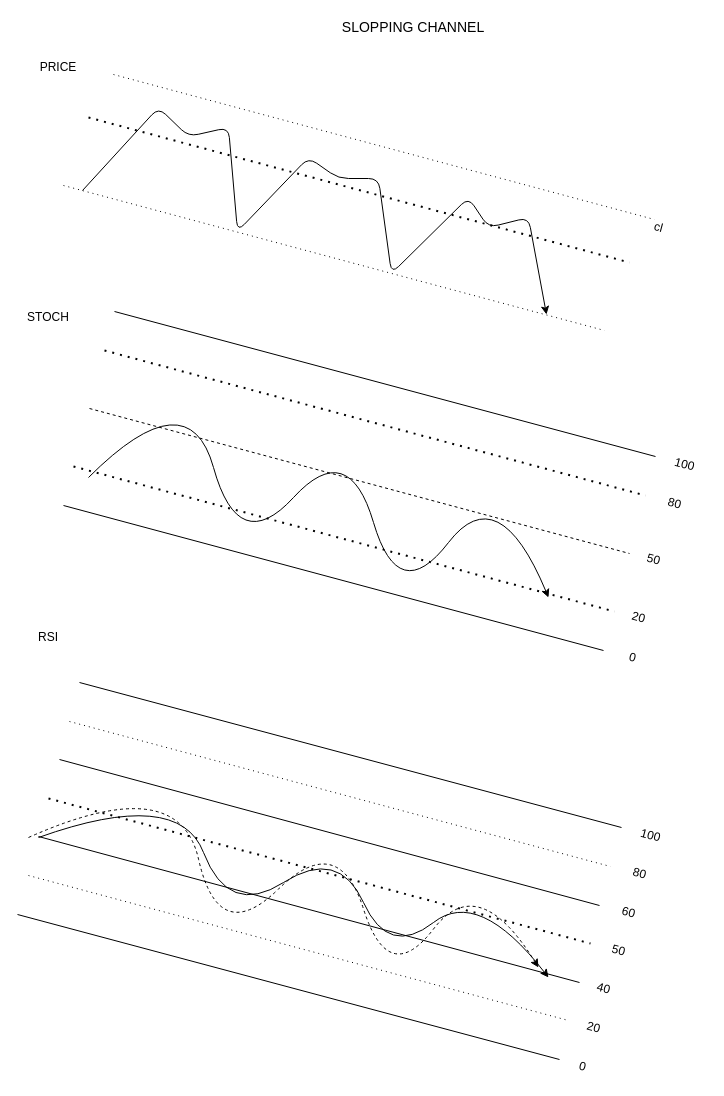
The draw.io diagram draws/13 -- slopping channel.drawio in uzziahmogg/LithiumIndicator, before the edit. Source tidied: cells renumbered, new cells numbered last; positions are measured from the earlier drawing's top-left corner, leaving out a move shared by most shapes. Both pictures are drawn from the tidied source at 100%, with x=0, y=0 at pixel (17, 17).
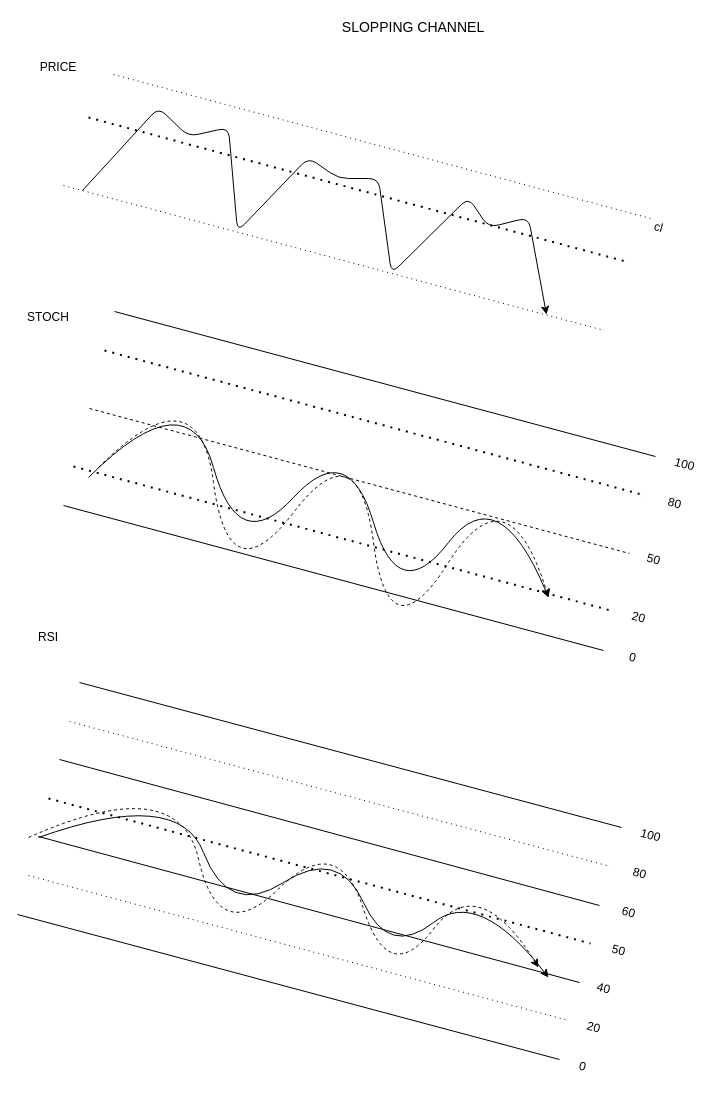
Above is the later version.

Unchanged cells that the change refers to:
```xml
<mxCell id="6" style="group;rotation=15;" parent="1" vertex="1">
  <mxGeometry x="61" y="360" width="610" height="220" as="geometry" />
</mxCell>
```

Diff of the diagram source:
```diff
@@
+    <mxCell id="39" style="curved=1;endArrow=classic;html=1;dashed=1;" parent="6" edge="1">
+      <mxGeometry x="-20" y="-160" as="geometry">
+        <mxPoint x="20" y="90" as="sourcePoint" />
+        <mxPoint x="470" y="220" as="targetPoint" />
+        <Array as="points">
+          <mxPoint x="120" y="-10" />
+          <mxPoint x="150" y="220" />
+          <mxPoint x="280" y="50" />
+          <mxPoint x="310" y="280" />
+          <mxPoint x="430" y="90" />
+        </Array>
+      </mxGeometry>
+    </mxCell>
```
